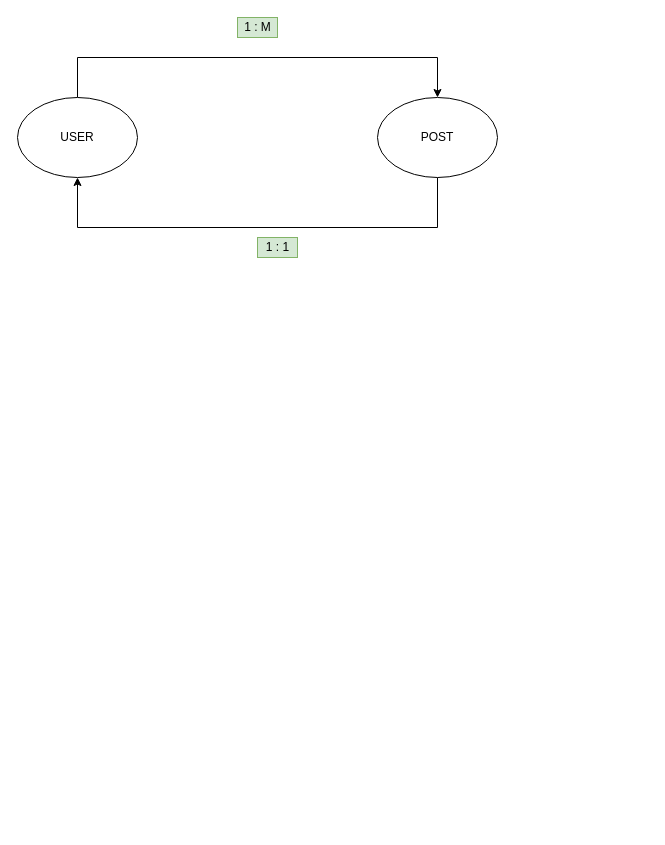
Above: page "Page-4" (4 of 4) of refs/diagrams.drawio in rjtkaushik/optum-may-22 (draw.io), before the change. Source tidied: cells renumbered, new cells numbered last; positions are measured from the earlier drawing's top-left corner, leaving out a move shared by most shapes. Both pictures are drawn from the tidied source at 100%, with x=0, y=0 at pixel (17, 17).
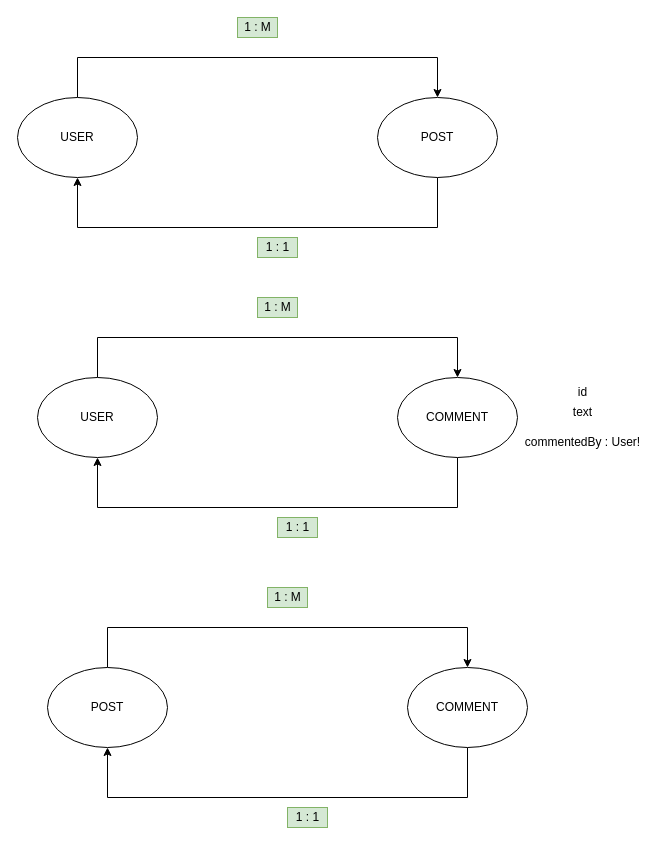
Above is the later version.

Commit message (it also covers changes not shown here):
nested queries

Change to the diagram source:
```diff
@@
+    <mxCell id="8" style="edgeStyle=orthogonalEdgeStyle;rounded=0;jettySize=auto;html=1;exitX=0.5;exitY=0;exitDx=0;exitDy=0;entryX=0.5;entryY=0;entryDx=0;entryDy=0;" parent="1" edge="1" source="9" target="11">
+      <mxGeometry relative="1" as="geometry">
+        <Array as="points">
+          <mxPoint x="80" y="320" />
+          <mxPoint x="440" y="320" />
+        </Array>
+      </mxGeometry>
+    </mxCell>
+    <mxCell id="9" value="USER" style="ellipse;whiteSpace=wrap;html=1;" parent="1" vertex="1">
+      <mxGeometry x="20" y="360" width="120" height="80" as="geometry" />
+    </mxCell>
+    <mxCell id="10" style="edgeStyle=orthogonalEdgeStyle;rounded=0;jettySize=auto;html=1;exitX=0.5;exitY=1;exitDx=0;exitDy=0;entryX=0.5;entryY=1;entryDx=0;entryDy=0;" parent="1" edge="1" source="11" target="9">
+      <mxGeometry relative="1" as="geometry">
+        <Array as="points">
+          <mxPoint x="440" y="490" />
+          <mxPoint x="80" y="490" />
+        </Array>
+      </mxGeometry>
+    </mxCell>
+    <mxCell id="11" value="COMMENT" style="ellipse;whiteSpace=wrap;html=1;" parent="1" vertex="1">
+      <mxGeometry x="380" y="360" width="120" height="80" as="geometry" />
+    </mxCell>
+    <mxCell id="12" value="1 : 1" style="text;html=1;align=center;verticalAlign=middle;strokeColor=#82b366;fillColor=#d5e8d4;" parent="1" vertex="1">
+      <mxGeometry x="260" y="500" width="40" height="20" as="geometry" />
+    </mxCell>
+    <mxCell id="13" value="1 : M" style="text;html=1;align=center;verticalAlign=middle;strokeColor=#82b366;fillColor=#d5e8d4;" parent="1" vertex="1">
+      <mxGeometry x="240" y="280" width="40" height="20" as="geometry" />
+    </mxCell>
+    <mxCell id="14" value="id" style="text;html=1;align=center;verticalAlign=middle;strokeColor=none;fillColor=none;" parent="1" vertex="1">
+      <mxGeometry x="555" y="365" width="20" height="20" as="geometry" />
+    </mxCell>
+    <mxCell id="15" value="text" style="text;html=1;align=center;verticalAlign=middle;strokeColor=none;fillColor=none;" parent="1" vertex="1">
+      <mxGeometry x="550" y="385" width="30" height="20" as="geometry" />
+    </mxCell>
+    <mxCell id="16" value="commentedBy : User!" style="text;html=1;align=center;verticalAlign=middle;strokeColor=none;fillColor=none;" parent="1" vertex="1">
+      <mxGeometry x="500" y="415" width="130" height="20" as="geometry" />
+    </mxCell>
+    <mxCell id="17" style="edgeStyle=orthogonalEdgeStyle;rounded=0;jettySize=auto;html=1;exitX=0.5;exitY=0;exitDx=0;exitDy=0;entryX=0.5;entryY=0;entryDx=0;entryDy=0;" parent="1" edge="1" source="18" target="20">
+      <mxGeometry relative="1" as="geometry">
+        <Array as="points">
+          <mxPoint x="90" y="610" />
+          <mxPoint x="450" y="610" />
+        </Array>
+      </mxGeometry>
+    </mxCell>
+    <mxCell id="18" value="POST" style="ellipse;whiteSpace=wrap;html=1;" parent="1" vertex="1">
+      <mxGeometry x="30" y="650" width="120" height="80" as="geometry" />
+    </mxCell>
+    <mxCell id="19" style="edgeStyle=orthogonalEdgeStyle;rounded=0;jettySize=auto;html=1;exitX=0.5;exitY=1;exitDx=0;exitDy=0;entryX=0.5;entryY=1;entryDx=0;entryDy=0;" parent="1" edge="1" source="20" target="18">
+      <mxGeometry relative="1" as="geometry">
+        <Array as="points">
+          <mxPoint x="450" y="780" />
+          <mxPoint x="90" y="780" />
+        </Array>
+      </mxGeometry>
+    </mxCell>
+    <mxCell id="20" value="COMMENT" style="ellipse;whiteSpace=wrap;html=1;" parent="1" vertex="1">
+      <mxGeometry x="390" y="650" width="120" height="80" as="geometry" />
+    </mxCell>
+    <mxCell id="21" value="1 : 1" style="text;html=1;align=center;verticalAlign=middle;strokeColor=#82b366;fillColor=#d5e8d4;" parent="1" vertex="1">
+      <mxGeometry x="270" y="790" width="40" height="20" as="geometry" />
+    </mxCell>
+    <mxCell id="22" value="1 : M" style="text;html=1;align=center;verticalAlign=middle;strokeColor=#82b366;fillColor=#d5e8d4;" parent="1" vertex="1">
+      <mxGeometry x="250" y="570" width="40" height="20" as="geometry" />
+    </mxCell>
```
